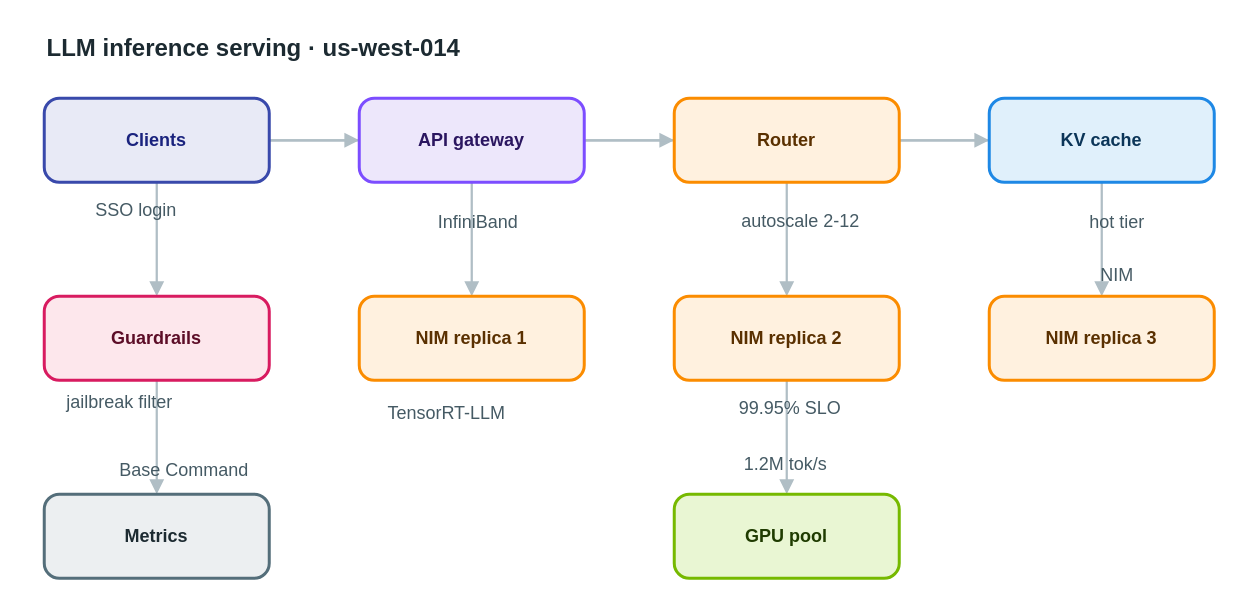
This is apps/web/public/samples/library/014-llm-inference-serving.drawio from AryanG01/open-apprentice, a draw.io file, before an edit. Source tidied: cells renumbered, new cells numbered last; positions are measured from the earlier drawing's top-left corner, leaving out a move shared by most shapes. Both pictures are drawn from the tidied source at 150%, with x=0, y=0 at pixel (26, 26).
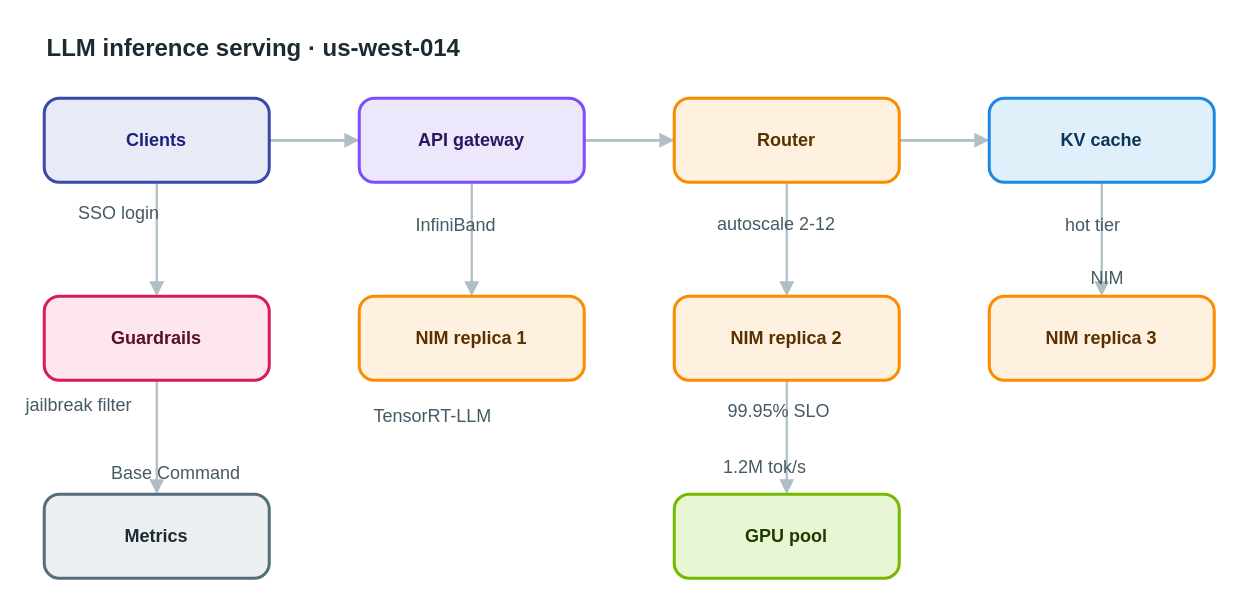
The same diagram, later.

What changed in the source:
```diff
@@
-    <mxCell id="22" value="SSO login" style="text;html=1;align=center;verticalAlign=middle;whiteSpace=nowrap;strokeColor=none;fillColor=none;fontSize=12;fontColor=#455a64;" parent="1" vertex="1">
+    <mxCell id="22" value="SSO login" style="text;html=1;align=left;verticalAlign=top;whiteSpace=nowrap;spacing=0;spacingTop=0;strokeColor=none;fillColor=none;fontSize=12;fontColor=#455a64;" parent="1" vertex="1">
       <mxGeometry x="35" y="113" width="75" height="20" as="geometry" />
     </mxCell>
-    <mxCell id="23" value="InfiniBand" style="text;html=1;align=center;verticalAlign=middle;whiteSpace=nowrap;strokeColor=none;fillColor=none;fontSize=12;fontColor=#455a64;" parent="1" vertex="1">
+    <mxCell id="23" value="InfiniBand" style="text;html=1;align=left;verticalAlign=top;whiteSpace=nowrap;spacing=0;spacingTop=0;strokeColor=none;fillColor=none;fontSize=12;fontColor=#455a64;" parent="1" vertex="1">
       <mxGeometry x="260" y="121" width="82" height="20" as="geometry" />
     </mxCell>
-    <mxCell id="24" value="autoscale 2-12" style="text;html=1;align=center;verticalAlign=middle;whiteSpace=nowrap;strokeColor=none;fillColor=none;fontSize=12;fontColor=#455a64;" parent="1" vertex="1">
+    <mxCell id="24" value="autoscale 2-12" style="text;html=1;align=left;verticalAlign=top;whiteSpace=nowrap;spacing=0;spacingTop=0;strokeColor=none;fillColor=none;fontSize=12;fontColor=#455a64;" parent="1" vertex="1">
       <mxGeometry x="461" y="120" width="110" height="20" as="geometry" />
     </mxCell>
-    <mxCell id="25" value="TensorRT-LLM" style="text;html=1;align=center;verticalAlign=middle;whiteSpace=nowrap;strokeColor=none;fillColor=none;fontSize=12;fontColor=#455a64;" parent="1" vertex="1">
+    <mxCell id="25" value="TensorRT-LLM" style="text;html=1;align=left;verticalAlign=top;whiteSpace=nowrap;spacing=0;spacingTop=0;strokeColor=none;fillColor=none;fontSize=12;fontColor=#455a64;" parent="1" vertex="1">
       <mxGeometry x="232" y="248" width="96" height="20" as="geometry" />
     </mxCell>
-    <mxCell id="26" value="99.95% SLO" style="text;html=1;align=center;verticalAlign=middle;whiteSpace=nowrap;strokeColor=none;fillColor=none;fontSize=12;fontColor=#455a64;" parent="1" vertex="1">
+    <mxCell id="26" value="99.95% SLO" style="text;html=1;align=left;verticalAlign=top;whiteSpace=nowrap;spacing=0;spacingTop=0;strokeColor=none;fillColor=none;fontSize=12;fontColor=#455a64;" parent="1" vertex="1">
       <mxGeometry x="468" y="245" width="82" height="20" as="geometry" />
     </mxCell>
-    <mxCell id="27" value="NIM" style="text;html=1;align=center;verticalAlign=middle;whiteSpace=nowrap;strokeColor=none;fillColor=none;fontSize=12;fontColor=#455a64;" parent="1" vertex="1">
+    <mxCell id="27" value="NIM" style="text;html=1;align=left;verticalAlign=top;whiteSpace=nowrap;spacing=0;spacingTop=0;strokeColor=none;fillColor=none;fontSize=12;fontColor=#455a64;" parent="1" vertex="1">
       <mxGeometry x="710" y="156" width="33" height="20" as="geometry" />
     </mxCell>
-    <mxCell id="28" value="hot tier" style="text;html=1;align=center;verticalAlign=middle;whiteSpace=nowrap;strokeColor=none;fillColor=none;fontSize=12;fontColor=#455a64;" parent="1" vertex="1">
+    <mxCell id="28" value="hot tier" style="text;html=1;align=left;verticalAlign=top;whiteSpace=nowrap;spacing=0;spacingTop=0;strokeColor=none;fillColor=none;fontSize=12;fontColor=#455a64;" parent="1" vertex="1">
       <mxGeometry x="693" y="121" width="68" height="20" as="geometry" />
     </mxCell>
-    <mxCell id="29" value="1.2M tok/s" style="text;html=1;align=center;verticalAlign=middle;whiteSpace=nowrap;strokeColor=none;fillColor=none;fontSize=12;fontColor=#455a64;" parent="1" vertex="1">
+    <mxCell id="29" value="1.2M tok/s" style="text;html=1;align=left;verticalAlign=top;whiteSpace=nowrap;spacing=0;spacingTop=0;strokeColor=none;fillColor=none;fontSize=12;fontColor=#455a64;" parent="1" vertex="1">
       <mxGeometry x="465" y="282" width="82" height="20" as="geometry" />
     </mxCell>
-    <mxCell id="30" value="jailbreak filter" style="text;html=1;align=center;verticalAlign=middle;whiteSpace=nowrap;strokeColor=none;fillColor=none;fontSize=12;fontColor=#455a64;" parent="1" vertex="1">
+    <mxCell id="30" value="jailbreak filter" style="text;html=1;align=left;verticalAlign=top;whiteSpace=nowrap;spacing=0;spacingTop=0;strokeColor=none;fillColor=none;fontSize=12;fontColor=#455a64;" parent="1" vertex="1">
       <mxGeometry y="241" width="124" height="20" as="geometry" />
     </mxCell>
-    <mxCell id="31" value="Base Command" style="text;html=1;align=center;verticalAlign=middle;whiteSpace=nowrap;strokeColor=none;fillColor=none;fontSize=12;fontColor=#455a64;" parent="1" vertex="1">
+    <mxCell id="31" value="Base Command" style="text;html=1;align=left;verticalAlign=top;whiteSpace=nowrap;spacing=0;spacingTop=0;strokeColor=none;fillColor=none;fontSize=12;fontColor=#455a64;" parent="1" vertex="1">
       <mxGeometry x="57" y="286" width="96" height="20" as="geometry" />
     </mxCell>
```
